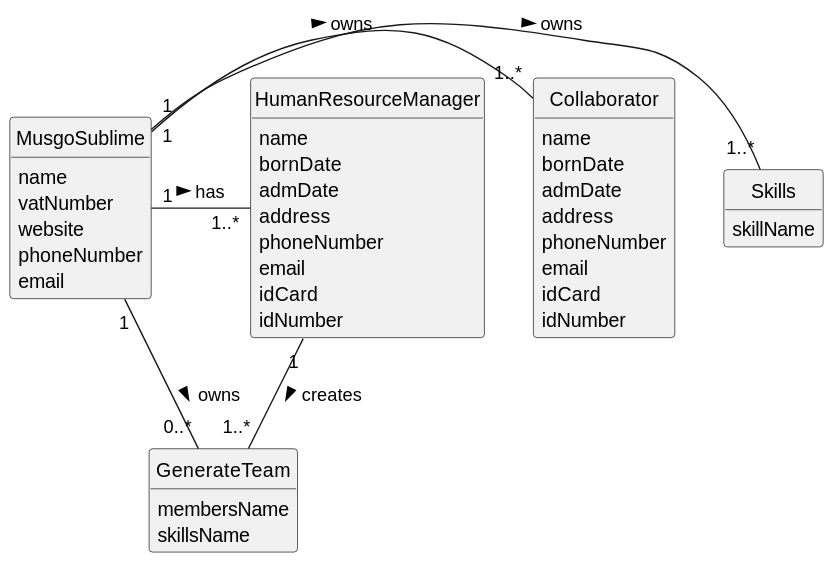
Above: docs/sprintA/us005/02.analysis/svg/us005-domain-model.svg in 1231360-ISEP/lei-24-s2-1db-g021 (PlantUML), before the change.
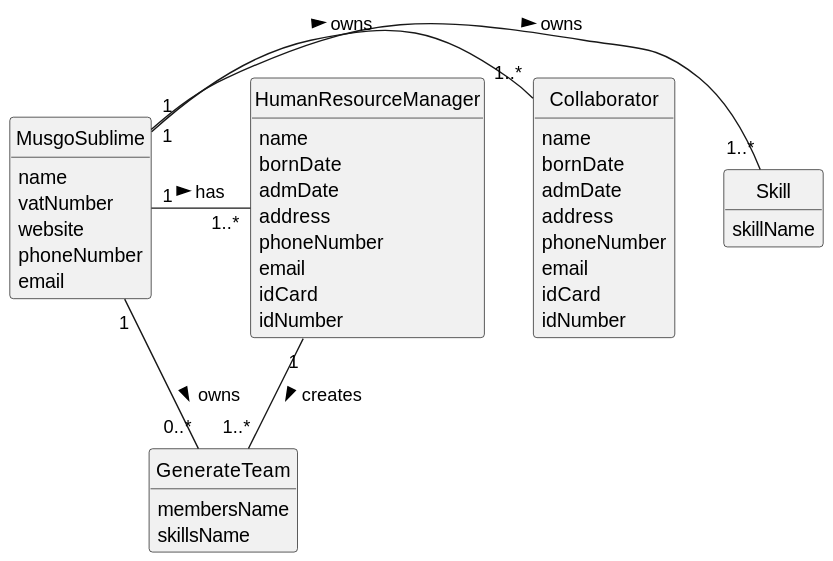
After the commit.

Commit message:
Update US01 and US05 Domain Model and SVG´s.

What changed in the source:
```diff
@@ -27,7 +27,7 @@
     idNumber
 }
 
-class Skills {
+class Skill {
     skillName
 }
 
@@ -47,7 +47,7 @@
     skillsName
 }
 
-MusgoSublime "1" - "1..*" Skills: owns >
+MusgoSublime "1" - "1..*" Skill: owns >
 MusgoSublime "1" - "1..*" Collaborator: owns >
 MusgoSublime "1" - "1..*" HumanResourceManager : has >
 MusgoSublime "1" - "0..*" GenerateTeam: owns >
```
